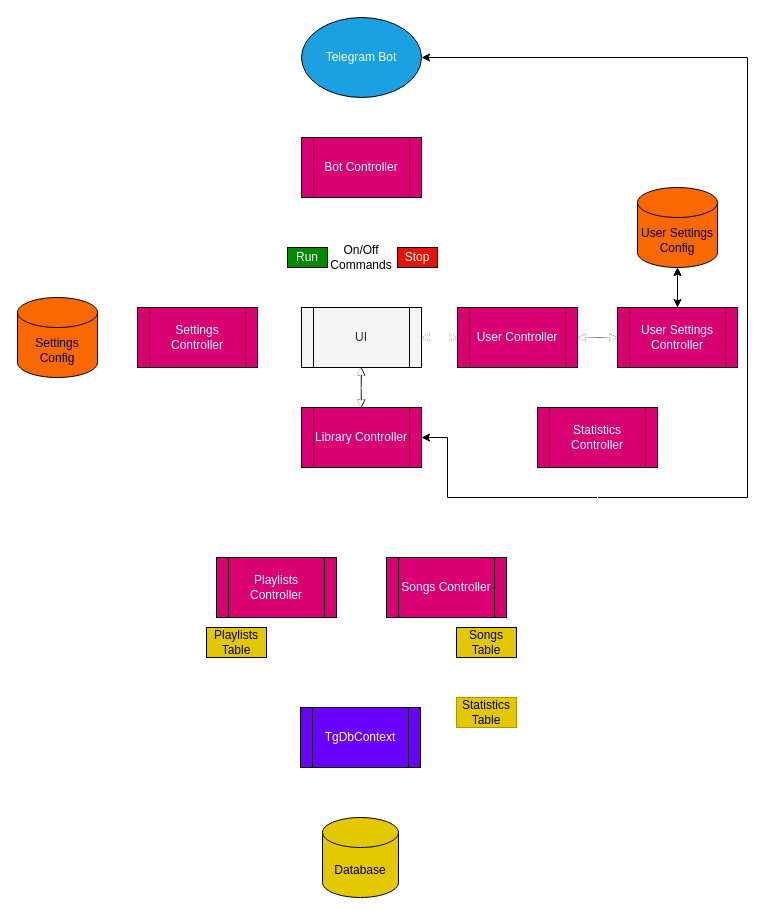
Above: page "Main scheme" (1 of 2) of TelegramBot/Schemes/BotAchitecture.drawio in Dorennor/TelegramBot (draw.io), before the change. Source tidied: cells renumbered, new cells numbered last; positions are measured from the earlier drawing's top-left corner, leaving out a move shared by most shapes. Both pictures are drawn from the tidied source at 100%, with x=0, y=0 at pixel (17, 17).
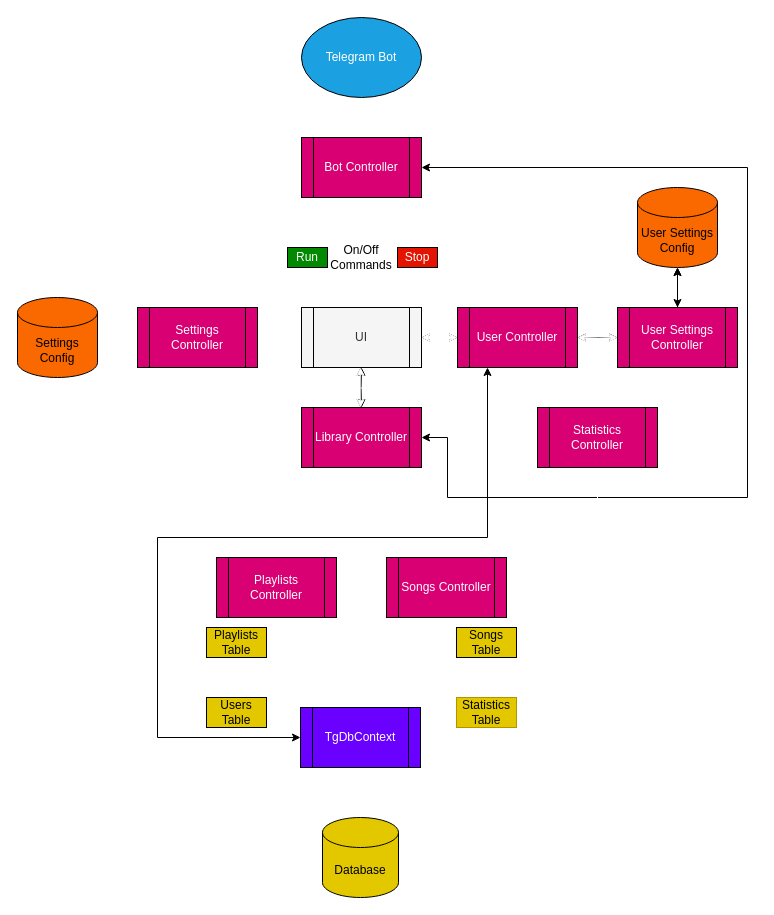
The same diagram, later.

The change refers to these unchanged cells:
```xml
<mxCell id="14" value="Bot Controller" style="shape=process;whiteSpace=wrap;html=1;backgroundOutline=1;fillColor=#d80073;fontColor=#ffffff;strokeColor=#000000;rounded=0;" parent="1" vertex="1">
  <mxGeometry x="284" y="120" width="120" height="60" as="geometry" />
</mxCell>
<mxCell id="16" value="Library Controller" style="shape=process;whiteSpace=wrap;html=1;backgroundOutline=1;fillColor=#d80073;fontColor=#ffffff;strokeColor=#000000;rounded=0;" parent="1" vertex="1">
  <mxGeometry x="284" y="390" width="120" height="60" as="geometry" />
</mxCell>
<mxCell id="18" value="Telegram Bot" style="ellipse;whiteSpace=wrap;html=1;fillColor=#1ba1e2;fontColor=#ffffff;strokeColor=#000000;rounded=0;" parent="1" vertex="1">
  <mxGeometry x="284" width="120" height="80" as="geometry" />
</mxCell>
<mxCell id="21" value="User Controller" style="shape=process;whiteSpace=wrap;html=1;backgroundOutline=1;fillColor=#d80073;fontColor=#ffffff;strokeColor=#000000;gradientColor=none;rounded=0;" parent="1" vertex="1">
  <mxGeometry x="440" y="290" width="120" height="60" as="geometry" />
</mxCell>
<mxCell id="37" value="TgDbContext" style="shape=process;whiteSpace=wrap;html=1;backgroundOutline=1;strokeColor=#000000;fillColor=#6a00ff;fontColor=#ffffff;rounded=0;" parent="1" vertex="1">
  <mxGeometry x="283" y="690" width="120" height="60" as="geometry" />
</mxCell>
```

Change to the diagram source:
```diff
@@
-    <mxCell id="17" style="edgeStyle=orthogonalEdgeStyle;rounded=0;jumpStyle=none;jettySize=auto;html=1;shadow=0;startArrow=classic;startFill=1;strokeColor=default;entryX=1;entryY=0.5;entryDx=0;entryDy=0;" parent="1" edge="1" source="18" target="16">
+    <mxCell id="17" style="edgeStyle=orthogonalEdgeStyle;rounded=0;jumpStyle=none;jettySize=auto;html=1;shadow=0;startArrow=classic;startFill=1;strokeColor=default;entryX=1;entryY=0.5;entryDx=0;entryDy=0;exitX=1;exitY=0.5;exitDx=0;exitDy=0;" parent="1" edge="1" source="14" target="16">
       <mxGeometry relative="1" as="geometry">
         <Array as="points">
-          <mxPoint x="730" y="40" />
+          <mxPoint x="730" y="150" />
           <mxPoint x="730" y="480" />
           <mxPoint x="430" y="480" />
           <mxPoint x="430" y="420" />
         </Array>
       </mxGeometry>
     </mxCell>
@@
+    <mxCell id="46" style="edgeStyle=orthogonalEdgeStyle;rounded=0;jettySize=auto;html=1;entryX=0;entryY=0.5;entryDx=0;entryDy=0;startArrow=classic;startFill=1;exitX=0.25;exitY=1;exitDx=0;exitDy=0;" parent="1" edge="1" source="21" target="37">
+      <mxGeometry relative="1" as="geometry">
+        <Array as="points">
+          <mxPoint x="470" y="520" />
+          <mxPoint x="140" y="520" />
+          <mxPoint x="140" y="720" />
+        </Array>
+      </mxGeometry>
+    </mxCell>
@@
+    <mxCell id="47" value="Users&lt;br&gt;Table" style="text;html=1;strokeColor=#000000;fillColor=#e3c800;align=center;verticalAlign=middle;whiteSpace=wrap;fontColor=#000000;rounded=0;" parent="1" vertex="1">
+      <mxGeometry x="189" y="680" width="60" height="30" as="geometry" />
+    </mxCell>
```
